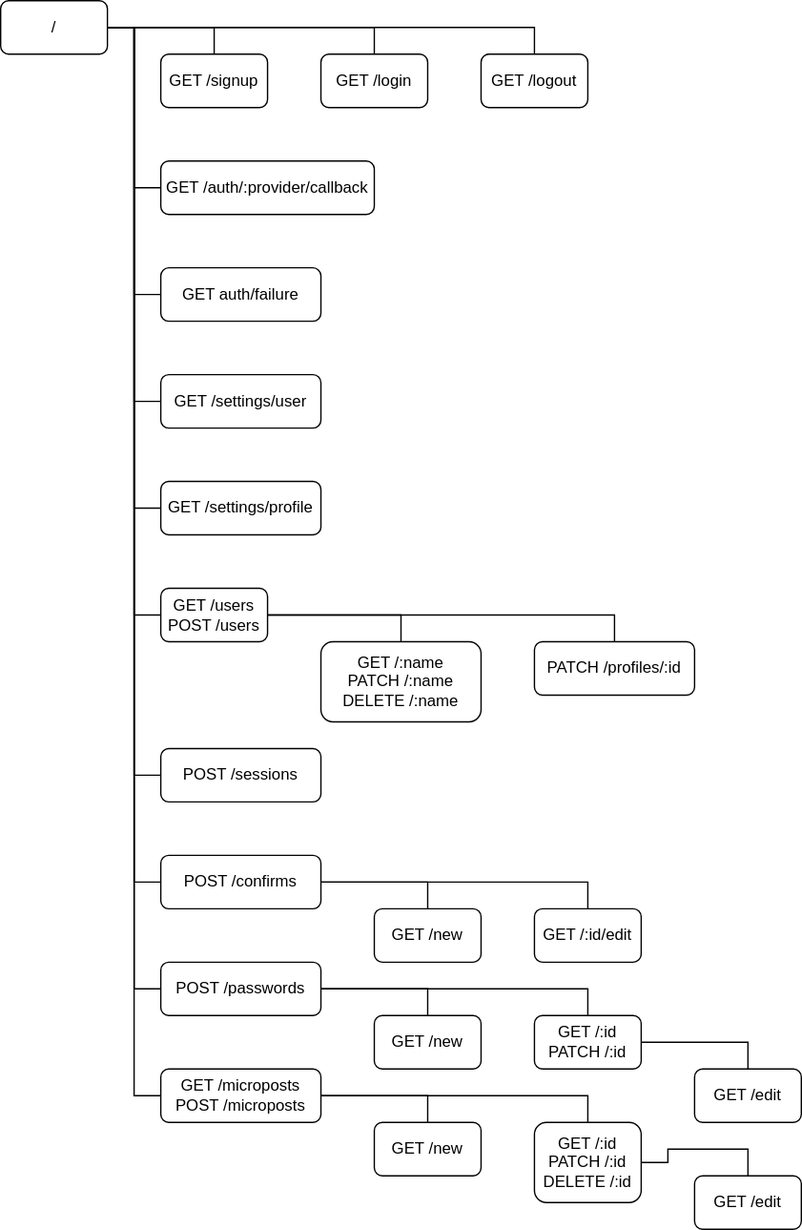
The draw.io diagram doc/images/routing.drawio.svg in ittoku703/mizusirazu, before a commit. Source tidied: cells renumbered, new cells last; positions are measured from the earlier drawing's top-left corner, leaving out a move shared by most shapes.
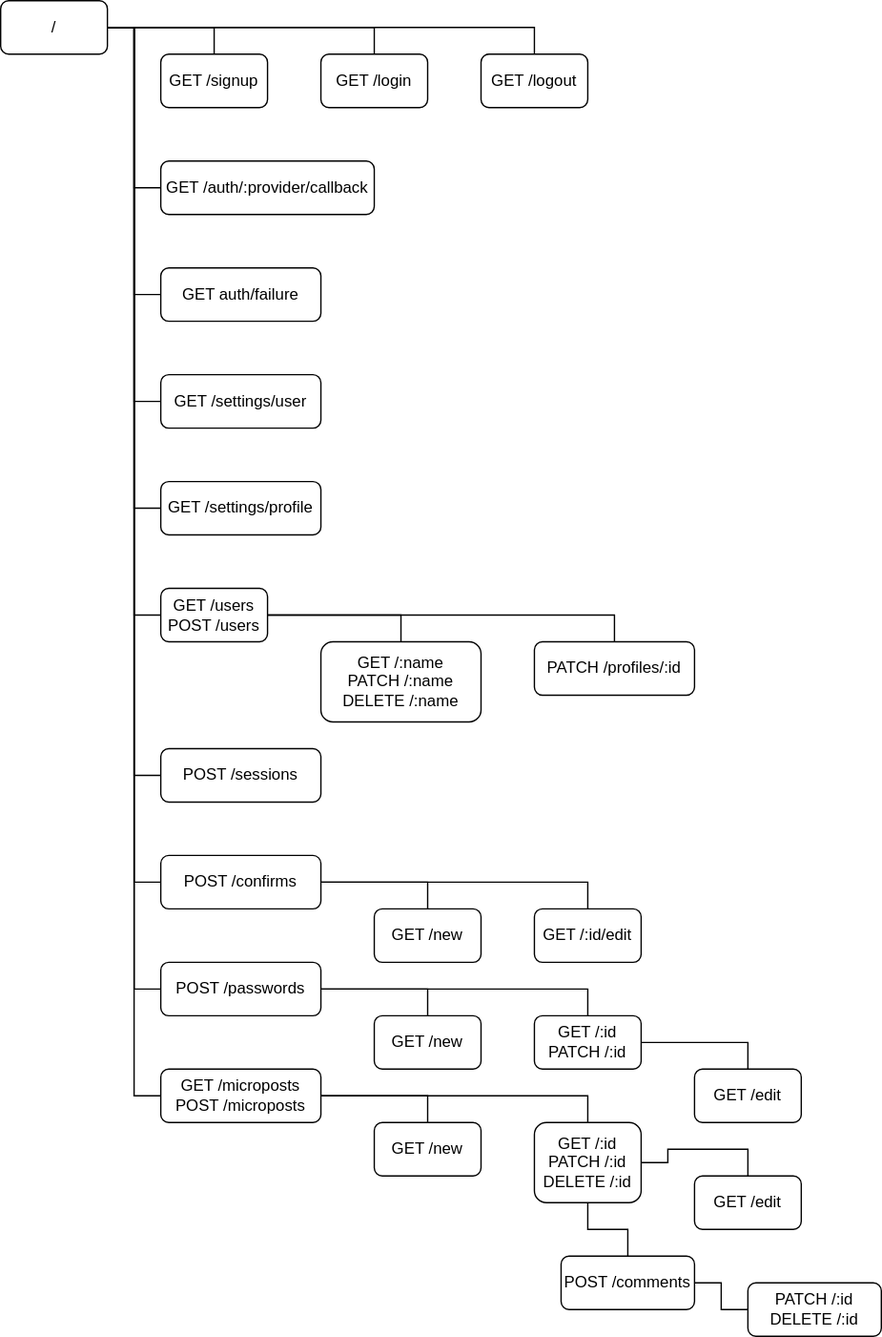
Later version of the same file.

Diff of the diagram source:
```diff
@@ -122,6 +122,9 @@
     <mxCell id="41" value="GET /new" style="rounded=1;whiteSpace=wrap;html=1;" parent="1" vertex="1">
       <mxGeometry x="280" y="840" width="80" height="40" as="geometry" />
     </mxCell>
+    <mxCell id="47" style="edgeStyle=orthogonalEdgeStyle;rounded=0;jettySize=auto;html=1;entryX=0.5;entryY=0;entryDx=0;entryDy=0;endArrow=none;endFill=0;" parent="1" edge="1" source="42" target="49">
+      <mxGeometry relative="1" as="geometry" />
+    </mxCell>
     <mxCell id="42" value="GET /:id&lt;br&gt;PATCH /:id&lt;br&gt;DELETE /:id" style="rounded=1;whiteSpace=wrap;html=1;" parent="1" vertex="1">
       <mxGeometry x="400" y="840" width="80" height="60" as="geometry" />
     </mxCell>
@@ -137,5 +140,14 @@
     <mxCell id="46" value="GET /settings/profile" style="rounded=1;whiteSpace=wrap;html=1;" parent="1" vertex="1">
       <mxGeometry x="120" y="360" width="120" height="40" as="geometry" />
     </mxCell>
+    <mxCell id="48" style="edgeStyle=orthogonalEdgeStyle;rounded=0;jettySize=auto;html=1;entryX=0;entryY=0.5;entryDx=0;entryDy=0;endArrow=none;endFill=0;" parent="1" edge="1" source="49" target="50">
+      <mxGeometry relative="1" as="geometry" />
+    </mxCell>
+    <mxCell id="49" value="POST /comments" style="rounded=1;whiteSpace=wrap;html=1;" parent="1" vertex="1">
+      <mxGeometry x="420" y="940" width="100" height="40" as="geometry" />
+    </mxCell>
+    <mxCell id="50" value="PATCH /:id&lt;br&gt;DELETE /:id" style="rounded=1;whiteSpace=wrap;html=1;" parent="1" vertex="1">
+      <mxGeometry x="560" y="960" width="100" height="40" as="geometry" />
+    </mxCell>
   </root>
 </mxGraphModel>
```
